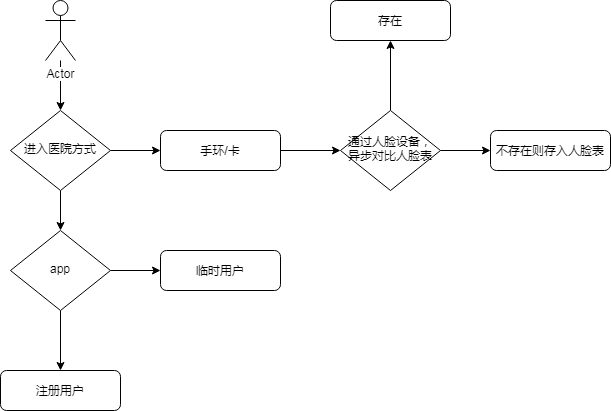
Before: 闸机.png, a diagram exported from draw.io (yin8133/imageFile). Source tidied: cells renumbered, new cells last; positions are measured from the earlier drawing's top-left corner, leaving out a move shared by most shapes.
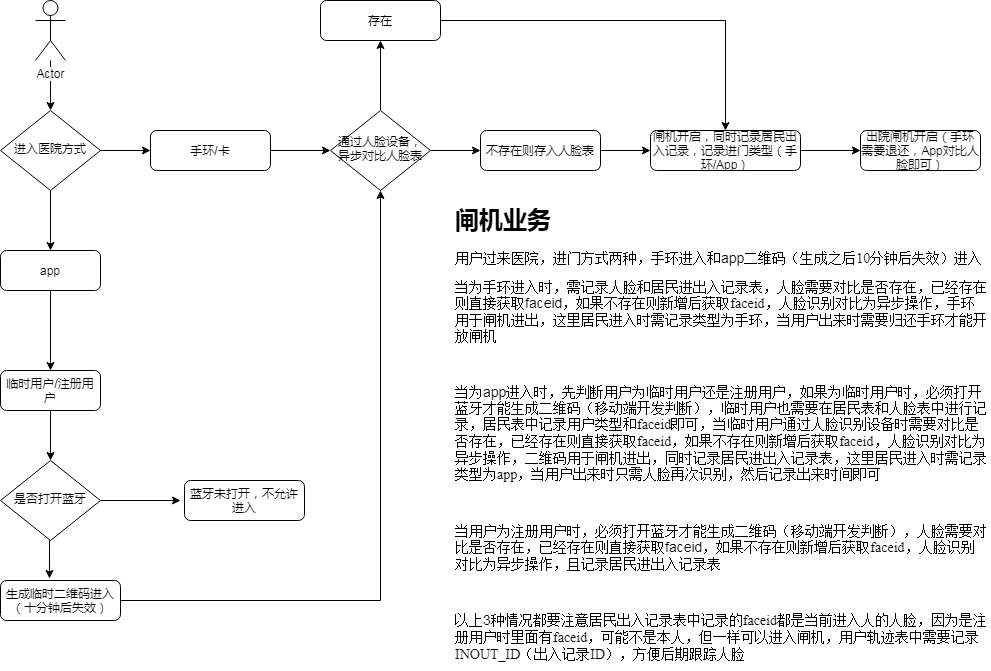
Later version of the same file.

Diff of the diagram source:
```diff
@@ -7,7 +7,7 @@
         <mxPoint x="160" y="150" as="targetPoint" />
       </mxGeometry>
     </mxCell>
-    <mxCell id="3" style="edgeStyle=orthogonalEdgeStyle;rounded=0;jettySize=auto;html=1;exitX=0.5;exitY=1;exitDx=0;exitDy=0;entryX=0.5;entryY=0;entryDx=0;entryDy=0;" parent="1" edge="1" source="4" target="9">
+    <mxCell id="3" style="edgeStyle=orthogonalEdgeStyle;rounded=0;jettySize=auto;html=1;entryX=0.5;entryY=0;entryDx=0;entryDy=0;" parent="1" edge="1" source="4" target="9">
       <mxGeometry relative="1" as="geometry" />
     </mxCell>
     <mxCell id="4" value="进入医院方式" style="rhombus;whiteSpace=wrap;html=1;shadow=0;fontFamily=Helvetica;fontSize=12;align=center;strokeWidth=1;spacing=6;spacingTop=-4;" parent="1" vertex="1">
@@ -19,20 +19,11 @@
     <mxCell id="6" value="手环/卡" style="rounded=1;whiteSpace=wrap;html=1;fontSize=12;glass=0;strokeWidth=1;shadow=0;" parent="1" vertex="1">
       <mxGeometry x="160" y="130" width="120" height="40" as="geometry" />
     </mxCell>
-    <mxCell id="7" style="edgeStyle=orthogonalEdgeStyle;rounded=0;jettySize=auto;html=1;exitX=0.5;exitY=1;exitDx=0;exitDy=0;entryX=0.5;entryY=0;entryDx=0;entryDy=0;" parent="1" edge="1" source="9" target="10">
-      <mxGeometry relative="1" as="geometry" />
-    </mxCell>
-    <mxCell id="8" style="edgeStyle=orthogonalEdgeStyle;rounded=0;jettySize=auto;html=1;exitX=1;exitY=0.5;exitDx=0;exitDy=0;entryX=0;entryY=0.5;entryDx=0;entryDy=0;" parent="1" edge="1" source="9" target="11">
-      <mxGeometry relative="1" as="geometry" />
-    </mxCell>
-    <mxCell id="9" value="app" style="rhombus;whiteSpace=wrap;html=1;shadow=0;fontFamily=Helvetica;fontSize=12;align=center;strokeWidth=1;spacing=6;spacingTop=-4;" parent="1" vertex="1">
-      <mxGeometry x="10" y="230" width="100" height="80" as="geometry" />
-    </mxCell>
-    <mxCell id="10" value="注册用户" style="rounded=1;whiteSpace=wrap;html=1;fontSize=12;glass=0;strokeWidth=1;shadow=0;" parent="1" vertex="1">
-      <mxGeometry y="370" width="120" height="40" as="geometry" />
-    </mxCell>
+    <mxCell id="19" style="edgeStyle=orthogonalEdgeStyle;rounded=0;jettySize=auto;html=1;entryX=0.5;entryY=0;entryDx=0;entryDy=0;" parent="1" edge="1" source="11" target="26">
+      <mxGeometry relative="1" as="geometry" />
+    </mxCell>
-    <mxCell id="11" value="临时用户" style="rounded=1;whiteSpace=wrap;html=1;fontSize=12;glass=0;strokeWidth=1;shadow=0;" parent="1" vertex="1">
-      <mxGeometry x="160" y="250" width="120" height="40" as="geometry" />
+    <mxCell id="11" value="临时用户/注册用户" style="rounded=1;whiteSpace=wrap;html=1;fontSize=12;glass=0;strokeWidth=1;shadow=0;" parent="1" vertex="1">
+      <mxGeometry x="10" y="370" width="100" height="40" as="geometry" />
     </mxCell>
     <mxCell id="12" style="edgeStyle=orthogonalEdgeStyle;rounded=0;jettySize=auto;html=1;entryX=0.5;entryY=0;entryDx=0;entryDy=0;" parent="1" edge="1" source="13" target="4">
       <mxGeometry relative="1" as="geometry" />
@@ -53,11 +44,55 @@
     <mxCell id="16" value="通过人脸设备，异步对比人脸表" style="rhombus;whiteSpace=wrap;html=1;shadow=0;fontFamily=Helvetica;fontSize=12;align=center;strokeWidth=1;spacing=6;spacingTop=-4;" parent="1" vertex="1">
       <mxGeometry x="340" y="110" width="100" height="80" as="geometry" />
     </mxCell>
+    <mxCell id="20" style="edgeStyle=orthogonalEdgeStyle;rounded=0;jettySize=auto;html=1;exitX=1;exitY=0.5;exitDx=0;exitDy=0;entryX=0.5;entryY=0;entryDx=0;entryDy=0;" parent="1" edge="1" source="17" target="23">
+      <mxGeometry relative="1" as="geometry" />
+    </mxCell>
     <mxCell id="17" value="存在" style="rounded=1;whiteSpace=wrap;html=1;fontSize=12;glass=0;strokeWidth=1;shadow=0;" parent="1" vertex="1">
       <mxGeometry x="330" width="120" height="40" as="geometry" />
     </mxCell>
+    <mxCell id="21" style="edgeStyle=orthogonalEdgeStyle;rounded=0;jettySize=auto;html=1;exitX=1;exitY=0.5;exitDx=0;exitDy=0;" parent="1" edge="1" source="18" target="23">
+      <mxGeometry relative="1" as="geometry" />
+    </mxCell>
     <mxCell id="18" value="不存在则存入人脸表" style="rounded=1;whiteSpace=wrap;html=1;fontSize=12;glass=0;strokeWidth=1;shadow=0;" parent="1" vertex="1">
       <mxGeometry x="490" y="130" width="120" height="40" as="geometry" />
     </mxCell>
+    <mxCell id="22" style="edgeStyle=orthogonalEdgeStyle;rounded=0;jettySize=auto;html=1;exitX=1;exitY=0.5;exitDx=0;exitDy=0;entryX=0;entryY=0.5;entryDx=0;entryDy=0;" parent="1" edge="1" source="23" target="30">
+      <mxGeometry relative="1" as="geometry" />
+    </mxCell>
+    <mxCell id="23" value="&lt;span id=&quot;pos_placeholder&quot; style=&quot;width: 0px ; height: 0px ; visibility: hidden ; margin: 0px ; padding: 0px&quot;&gt;&lt;/span&gt;闸机开启，同时记录居民出入记录，记录进门类型（手环/App）" style="rounded=1;whiteSpace=wrap;html=1;fontSize=12;glass=0;strokeWidth=1;shadow=0;" parent="1" vertex="1">
+      <mxGeometry x="660" y="130" width="150" height="40" as="geometry" />
+    </mxCell>
+    <mxCell id="24" style="edgeStyle=orthogonalEdgeStyle;rounded=0;jettySize=auto;html=1;exitX=1;exitY=0.5;exitDx=0;exitDy=0;" parent="1" edge="1" source="26">
+      <mxGeometry relative="1" as="geometry">
+        <mxPoint x="190" y="500" as="targetPoint" />
+      </mxGeometry>
+    </mxCell>
+    <mxCell id="25" style="edgeStyle=orthogonalEdgeStyle;rounded=0;jettySize=auto;html=1;exitX=0.5;exitY=1;exitDx=0;exitDy=0;entryX=0.408;entryY=-0.05;entryDx=0;entryDy=0;entryPerimeter=0;" parent="1" edge="1" source="26" target="29">
+      <mxGeometry relative="1" as="geometry" />
+    </mxCell>
+    <mxCell id="26" value="是否打开蓝牙" style="rhombus;whiteSpace=wrap;html=1;shadow=0;fontFamily=Helvetica;fontSize=12;align=center;strokeWidth=1;spacing=6;spacingTop=-4;" parent="1" vertex="1">
+      <mxGeometry x="10" y="460" width="100" height="80" as="geometry" />
+    </mxCell>
+    <mxCell id="27" value="蓝牙未打开，不允许进入" style="rounded=1;whiteSpace=wrap;html=1;fontSize=12;glass=0;strokeWidth=1;shadow=0;" parent="1" vertex="1">
+      <mxGeometry x="194" y="480" width="120" height="40" as="geometry" />
+    </mxCell>
+    <mxCell id="28" style="edgeStyle=orthogonalEdgeStyle;rounded=0;jettySize=auto;html=1;exitX=1;exitY=0.5;exitDx=0;exitDy=0;entryX=0.5;entryY=1;entryDx=0;entryDy=0;" parent="1" edge="1" source="29" target="16">
+      <mxGeometry relative="1" as="geometry" />
+    </mxCell>
+    <mxCell id="29" value="生成临时二维码进入（十分钟后失效）" style="rounded=1;whiteSpace=wrap;html=1;fontSize=12;glass=0;strokeWidth=1;shadow=0;" parent="1" vertex="1">
+      <mxGeometry x="10" y="580" width="120" height="40" as="geometry" />
+    </mxCell>
+    <mxCell id="8" style="edgeStyle=orthogonalEdgeStyle;rounded=0;jettySize=auto;html=1;entryX=0.5;entryY=0;entryDx=0;entryDy=0;" parent="1" edge="1" source="9" target="11">
+      <mxGeometry relative="1" as="geometry" />
+    </mxCell>
+    <mxCell id="9" value="app" style="rounded=1;whiteSpace=wrap;html=1;fontSize=12;glass=0;strokeWidth=1;shadow=0;" parent="1" vertex="1">
+      <mxGeometry x="10" y="250" width="100" height="40" as="geometry" />
+    </mxCell>
+    <mxCell id="30" value="出院闸机开启（手环需要退还，App对比人脸即可）" style="rounded=1;whiteSpace=wrap;html=1;fontSize=12;glass=0;strokeWidth=1;shadow=0;" parent="1" vertex="1">
+      <mxGeometry x="870" y="130" width="120" height="40" as="geometry" />
+    </mxCell>
+    <mxCell id="31" value="&lt;h1&gt;闸机业务&lt;/h1&gt;&lt;p class=&quot;MsoNormal&quot;&gt;&lt;span style=&quot;font-size: 10.5000pt&quot;&gt;&lt;font face=&quot;宋体&quot;&gt;用户过来医院，进门方式两种，手环进入和&lt;/font&gt;app&lt;font face=&quot;宋体&quot;&gt;二维码（生成之后&lt;/font&gt;&lt;font face=&quot;Times New Roman&quot;&gt;10&lt;/font&gt;&lt;font face=&quot;宋体&quot;&gt;分钟后失效）进入&lt;/font&gt;&lt;/span&gt;&lt;span style=&quot;font-size: 10.5000pt&quot;&gt;&lt;/span&gt;&lt;/p&gt;&lt;p class=&quot;MsoNormal&quot;&gt;&lt;span style=&quot;font-size: 10.5000pt&quot;&gt;&lt;font face=&quot;宋体&quot;&gt;当为手环进入时，需记录人脸和居民进出入记录表，人脸需要对比是否存在，已经存在则直接获取&lt;/font&gt;faceid&lt;font face=&quot;宋体&quot;&gt;，如果不存在则新增后获取&lt;/font&gt;&lt;font face=&quot;Times New Roman&quot;&gt;faceid&lt;/font&gt;&lt;font face=&quot;宋体&quot;&gt;，人脸识别对比为异步操作，手环用于闸机进出，这里居民进入时需记录类型为手环，当用户出来时需要归还手环才能开放闸机&lt;/font&gt;&lt;/span&gt;&lt;span style=&quot;font-size: 10.5000pt&quot;&gt;&lt;/span&gt;&lt;/p&gt;&lt;p class=&quot;MsoNormal&quot;&gt;&lt;span style=&quot;font-size: 10.5000pt&quot;&gt;&amp;nbsp;&lt;/span&gt;&lt;/p&gt;&lt;p class=&quot;MsoNormal&quot;&gt;&lt;span style=&quot;font-size: 10.5000pt&quot;&gt;&lt;font face=&quot;宋体&quot;&gt;当为&lt;/font&gt;app&lt;font face=&quot;宋体&quot;&gt;进入时，先判断用户为临时用户还是注册用户，如果为临时用户时，必须打开蓝牙才能生成二维码（移动端开发判断），临时用户也需要在居民表和人脸表中进行记录，居民表中记录用户类型和&lt;/font&gt;&lt;font face=&quot;Times New Roman&quot;&gt;faceid&lt;/font&gt;&lt;font face=&quot;宋体&quot;&gt;即可，当临时用户通过人脸识别设备时需要对比是否存在，已经存在则直接获取&lt;/font&gt;&lt;font face=&quot;Times New Roman&quot;&gt;faceid&lt;/font&gt;&lt;font face=&quot;宋体&quot;&gt;，如果不存在则新增后获取&lt;/font&gt;&lt;font face=&quot;Times New Roman&quot;&gt;faceid&lt;/font&gt;&lt;font face=&quot;宋体&quot;&gt;，人脸识别对比为异步操作，二维码用于闸机进出，同时记录居民进出入记录表，这里居民进入时需记录类型为&lt;/font&gt;&lt;font face=&quot;Times New Roman&quot;&gt;app&lt;/font&gt;&lt;font face=&quot;宋体&quot;&gt;，当用户出来时只需人脸再次识别，然后记录出来时间即可&lt;/font&gt;&lt;/span&gt;&lt;span style=&quot;font-size: 10.5000pt&quot;&gt;&lt;/span&gt;&lt;/p&gt;&lt;p class=&quot;MsoNormal&quot;&gt;&lt;span style=&quot;font-size: 10.5000pt&quot;&gt;&amp;nbsp;&lt;/span&gt;&lt;/p&gt;&lt;p class=&quot;MsoNormal&quot;&gt;&lt;span style=&quot;font-size: 10.5000pt&quot;&gt;&lt;font face=&quot;宋体&quot;&gt;当用户为注册用户时，必须打开蓝牙才能生成二维码（移动端开发判断），人脸需要对比是否存在，已经存在则直接获取&lt;/font&gt;faceid&lt;font face=&quot;宋体&quot;&gt;，如果不存在则新增后获取&lt;/font&gt;&lt;font face=&quot;Times New Roman&quot;&gt;faceid&lt;/font&gt;&lt;font face=&quot;宋体&quot;&gt;，人脸识别对比为异步操作，且记录居民进出入记录表&lt;/font&gt;&lt;/span&gt;&lt;span style=&quot;font-size: 10.5000pt&quot;&gt;&lt;/span&gt;&lt;/p&gt;&lt;p class=&quot;MsoNormal&quot;&gt;&lt;span style=&quot;font-size: 10.5000pt&quot;&gt;&amp;nbsp;&lt;/span&gt;&lt;/p&gt;&lt;p&gt;&lt;/p&gt;&lt;p class=&quot;MsoNormal&quot;&gt;&lt;span style=&quot;font-size: 10.5000pt&quot;&gt;&lt;font face=&quot;宋体&quot;&gt;以上&lt;/font&gt;3&lt;font face=&quot;宋体&quot;&gt;种情况都要注意居民出入记录表中记录的&lt;/font&gt;&lt;font face=&quot;Times New Roman&quot;&gt;faceid&lt;/font&gt;&lt;font face=&quot;宋体&quot;&gt;都是当前进入人的人脸，因为是注册用户时里面有&lt;/font&gt;&lt;font face=&quot;Times New Roman&quot;&gt;faceid&lt;/font&gt;&lt;font face=&quot;宋体&quot;&gt;，可能不是本人，但一样可以进入闸机，用户轨迹表中需要记录&lt;/font&gt;&lt;font face=&quot;Times New Roman&quot;&gt;INOUT_ID&lt;/font&gt;&lt;font face=&quot;宋体&quot;&gt;（出入记录&lt;/font&gt;&lt;font face=&quot;Times New Roman&quot;&gt;ID&lt;/font&gt;&lt;font face=&quot;宋体&quot;&gt;），方便后期跟踪人脸&lt;/font&gt;&lt;/span&gt;&lt;span style=&quot;font-family: &amp;#34;times new roman&amp;#34; ; font-size: 10.5000pt&quot;&gt;&lt;/span&gt;&lt;/p&gt;" style="text;html=1;strokeColor=none;fillColor=none;spacing=5;spacingTop=-20;whiteSpace=wrap;overflow=hidden;rounded=0;" parent="1" vertex="1">
+      <mxGeometry x="460" y="200" width="540" height="470" as="geometry" />
+    </mxCell>
   </root>
 </mxGraphModel>
```
